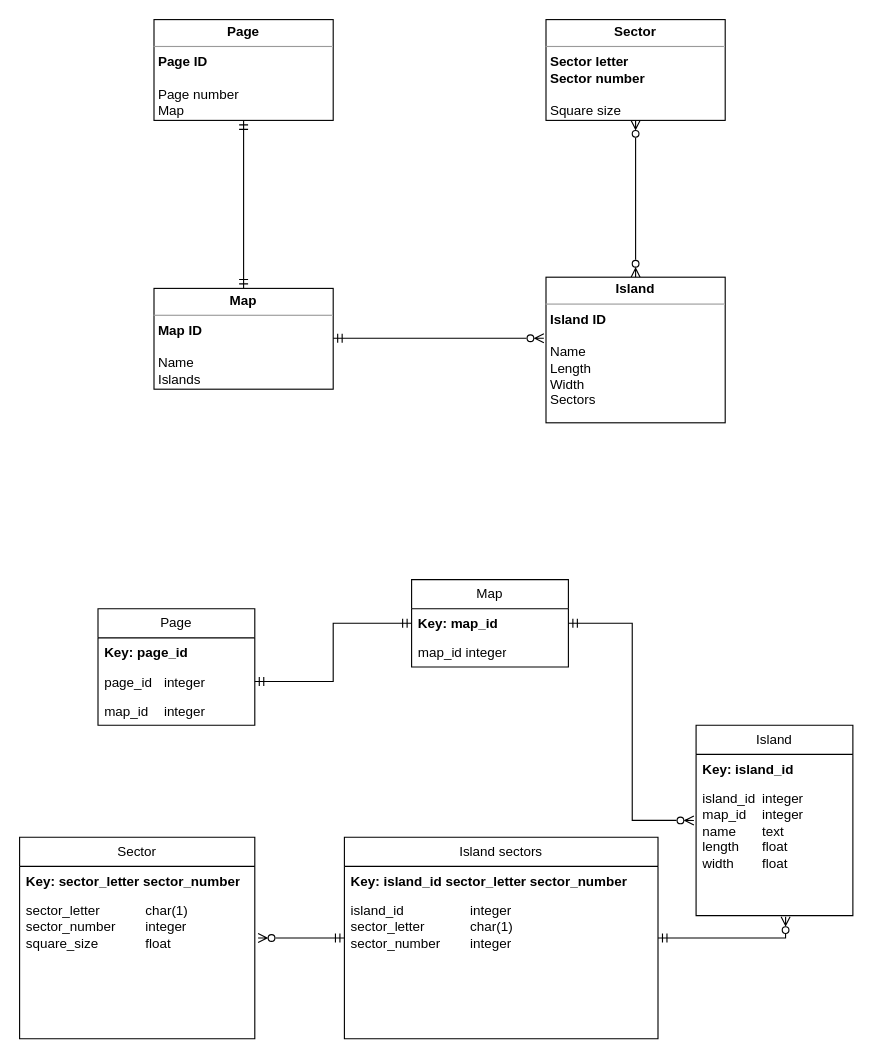
Arlet2/itmo-5sem keeps this draw.io diagram as databases/lab1/schema.drawio. Above is the earlier version. Source tidied: cells renumbered, new cells numbered last; positions are measured from the earlier drawing's top-left corner, leaving out a move shared by most shapes. Both pictures are drawn from the tidied source at 112%, with x=0, y=0 at pixel (19, 19).
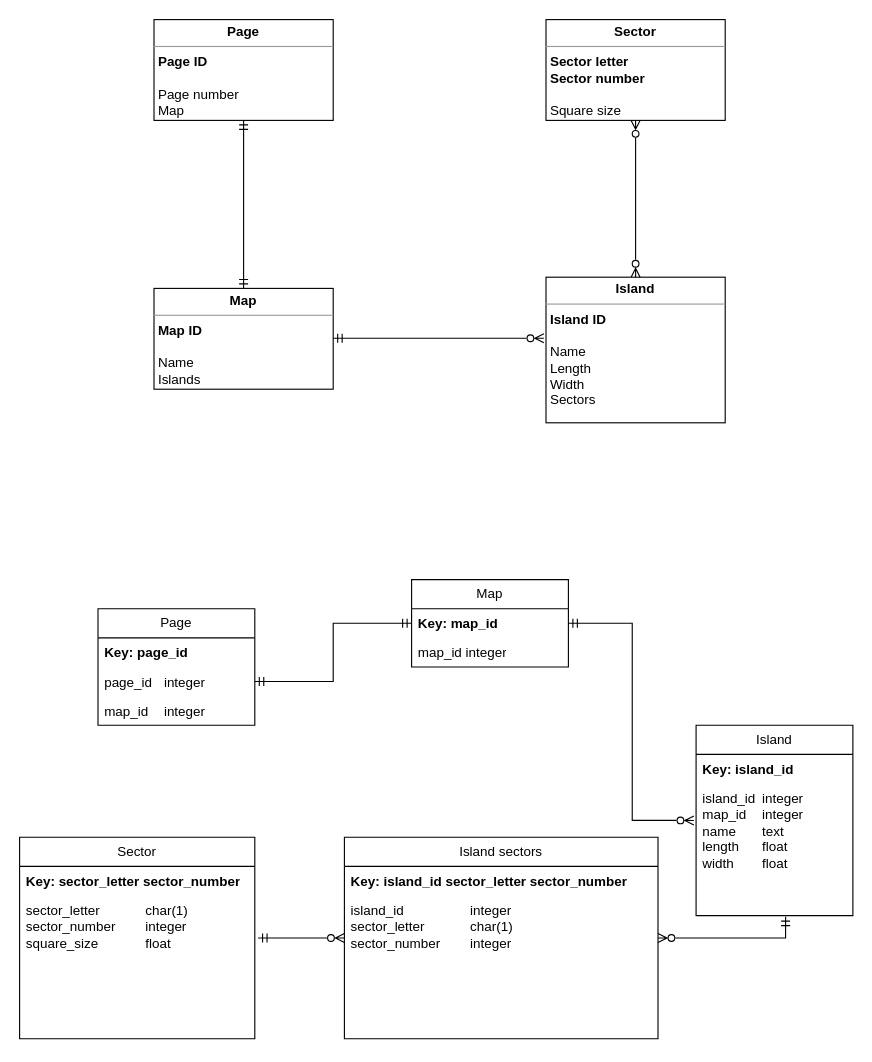
After the change.

The change refers to these unchanged cells:
```xml
<mxCell id="19" value="island_id &lt;span style=&quot;white-space: pre;&quot;&gt;&#9;&lt;/span&gt;integer&lt;br&gt;map_id &lt;span style=&quot;white-space: pre;&quot;&gt;&#9;&lt;/span&gt;integer&lt;br&gt;name &lt;span style=&quot;white-space: pre;&quot;&gt;&#9;&lt;/span&gt;text&lt;br&gt;length &lt;span style=&quot;white-space: pre;&quot;&gt;&#9;&lt;/span&gt;float&lt;br&gt;width &lt;span style=&quot;white-space: pre;&quot;&gt;&#9;&lt;/span&gt;float" style="text;strokeColor=none;fillColor=none;align=left;verticalAlign=top;spacingLeft=4;spacingRight=4;overflow=hidden;points=[[0,0.5],[1,0.5]];portConstraint=eastwest;whiteSpace=wrap;html=1;" parent="17" vertex="1">
  <mxGeometry y="52" width="140" height="118" as="geometry" />
</mxCell>
<mxCell id="23" value="sector_letter &lt;span style=&quot;white-space: pre;&quot;&gt;&#9;&lt;/span&gt;&lt;span style=&quot;white-space: pre;&quot;&gt;&#9;&lt;/span&gt;char(1)&lt;br&gt;sector_number &lt;span style=&quot;white-space: pre;&quot;&gt;&#9;&lt;/span&gt;integer&lt;br&gt;square_size&lt;span style=&quot;white-space: pre;&quot;&gt;&#9;&lt;/span&gt;&lt;span style=&quot;white-space: pre;&quot;&gt;&#9;&lt;/span&gt;float" style="text;strokeColor=none;fillColor=none;align=left;verticalAlign=top;spacingLeft=4;spacingRight=4;overflow=hidden;points=[[0,0.5],[1,0.5]];portConstraint=eastwest;whiteSpace=wrap;html=1;" parent="21" vertex="1">
  <mxGeometry y="52" width="210" height="128" as="geometry" />
</mxCell>
<mxCell id="24" value="Island sectors" style="swimlane;fontStyle=0;horizontal=1;startSize=26;fillColor=none;whiteSpace=wrap;html=1;" parent="1" vertex="1">
  <mxGeometry x="290" y="730" width="280" height="180" as="geometry" />
</mxCell>
```

What changed in the source:
```diff
@@
-    <mxCell id="27" style="edgeStyle=orthogonalEdgeStyle;rounded=0;jettySize=auto;html=1;entryX=1.014;entryY=0.297;entryDx=0;entryDy=0;entryPerimeter=0;endArrow=ERzeroToMany;endFill=0;startArrow=ERmandOne;startFill=0;" parent="1" edge="1" source="24" target="23">
+    <mxCell id="27" style="edgeStyle=orthogonalEdgeStyle;rounded=0;jettySize=auto;html=1;entryX=1.014;entryY=0.297;entryDx=0;entryDy=0;entryPerimeter=0;endArrow=ERmandOne;endFill=0;startArrow=ERzeroToMany;startFill=0;" parent="1" edge="1" source="24" target="23">
       <mxGeometry relative="1" as="geometry" />
     </mxCell>
-    <mxCell id="28" style="edgeStyle=orthogonalEdgeStyle;rounded=0;jettySize=auto;html=1;entryX=0.571;entryY=1.008;entryDx=0;entryDy=0;entryPerimeter=0;startArrow=ERmandOne;startFill=0;endArrow=ERzeroToMany;endFill=0;" parent="1" edge="1" source="24" target="19">
+    <mxCell id="28" style="edgeStyle=orthogonalEdgeStyle;rounded=0;jettySize=auto;html=1;entryX=0.571;entryY=1.008;entryDx=0;entryDy=0;entryPerimeter=0;startArrow=ERzeroToMany;startFill=0;endArrow=ERmandOne;endFill=0;" parent="1" edge="1" source="24" target="19">
       <mxGeometry relative="1" as="geometry" />
     </mxCell>
```
